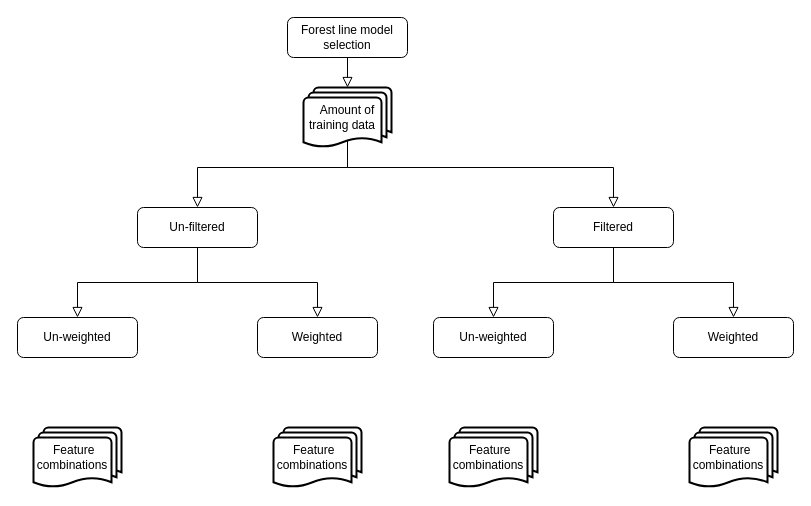
Earlier version of the draw.io diagram WP1/Untitled Diagram.drawio (ninsbl/ClimateEcotones). Source tidied: cells renumbered, new cells numbered last; positions are measured from the earlier drawing's top-left corner, leaving out a move shared by most shapes. Both pictures are drawn from the tidied source at 100%, with x=0, y=0 at pixel (17, 17).
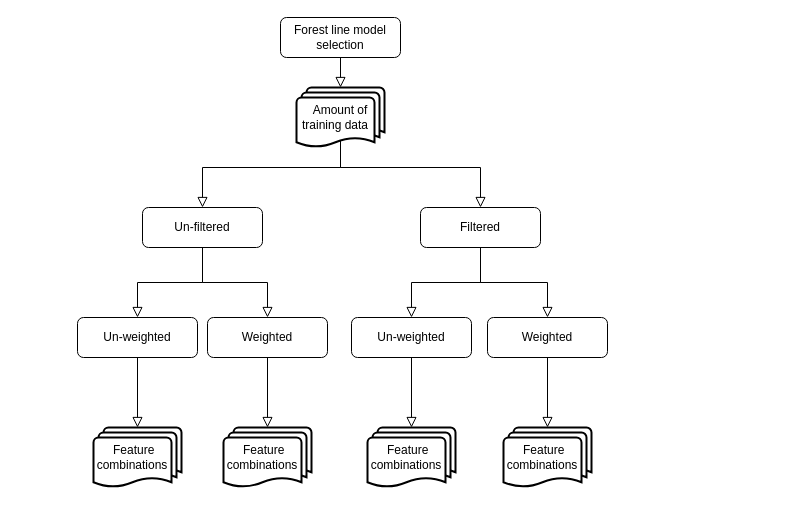
Above is the later version.

Commit message:
make more compact

Change to the diagram source:
```diff
@@
     <mxCell id="2" value="Forest line model selection" style="rounded=1;whiteSpace=wrap;html=1;fontSize=12;glass=0;strokeWidth=1;shadow=0;" parent="1" vertex="1">
-      <mxGeometry x="270" width="120" height="40" as="geometry" />
+      <mxGeometry x="263" width="120" height="40" as="geometry" />
     </mxCell>
     <mxCell id="3" value="Filtered" style="rounded=1;whiteSpace=wrap;html=1;fontSize=12;glass=0;strokeWidth=1;shadow=0;" parent="1" vertex="1">
-      <mxGeometry x="536" y="190" width="120" height="40" as="geometry" />
+      <mxGeometry x="403" y="190" width="120" height="40" as="geometry" />
     </mxCell>
     <mxCell id="4" value="Un-filtered" style="rounded=1;whiteSpace=wrap;html=1;fontSize=12;glass=0;strokeWidth=1;shadow=0;" parent="1" vertex="1">
-      <mxGeometry x="120" y="190" width="120" height="40" as="geometry" />
+      <mxGeometry x="125" y="190" width="120" height="40" as="geometry" />
     </mxCell>
     <mxCell id="5" value="Amount of training data&amp;nbsp; &amp;nbsp;" style="strokeWidth=2;html=1;shape=mxgraph.flowchart.multi-document;whiteSpace=wrap;" parent="1" vertex="1">
-      <mxGeometry x="286" y="70" width="88" height="60" as="geometry" />
+      <mxGeometry x="279" y="70" width="88" height="60" as="geometry" />
     </mxCell>
@@
     <mxCell id="7" value="Weighted" style="rounded=1;whiteSpace=wrap;html=1;fontSize=12;glass=0;strokeWidth=1;shadow=0;" parent="1" vertex="1">
-      <mxGeometry x="240" y="300" width="120" height="40" as="geometry" />
+      <mxGeometry x="190" y="300" width="120" height="40" as="geometry" />
     </mxCell>
     <mxCell id="8" value="Un-weighted" style="rounded=1;whiteSpace=wrap;html=1;fontSize=12;glass=0;strokeWidth=1;shadow=0;" parent="1" vertex="1">
-      <mxGeometry y="300" width="120" height="40" as="geometry" />
+      <mxGeometry x="60" y="300" width="120" height="40" as="geometry" />
     </mxCell>
     <mxCell id="9" value="Weighted" style="rounded=1;whiteSpace=wrap;html=1;fontSize=12;glass=0;strokeWidth=1;shadow=0;" parent="1" vertex="1">
-      <mxGeometry x="656" y="300" width="120" height="40" as="geometry" />
+      <mxGeometry x="470" y="300" width="120" height="40" as="geometry" />
     </mxCell>
     <mxCell id="10" value="Un-weighted" style="rounded=1;whiteSpace=wrap;html=1;fontSize=12;glass=0;strokeWidth=1;shadow=0;" parent="1" vertex="1">
-      <mxGeometry x="416" y="300" width="120" height="40" as="geometry" />
+      <mxGeometry x="334" y="300" width="120" height="40" as="geometry" />
     </mxCell>
     <mxCell id="11" value="Feature&amp;nbsp;&amp;nbsp;&lt;br&gt;combinations&amp;nbsp; &amp;nbsp;" style="strokeWidth=2;html=1;shape=mxgraph.flowchart.multi-document;whiteSpace=wrap;align=center;" parent="1" vertex="1">
-      <mxGeometry x="16" y="410" width="88" height="60" as="geometry" />
+      <mxGeometry x="76" y="410" width="88" height="60" as="geometry" />
     </mxCell>
     <mxCell id="12" value="Feature&amp;nbsp;&amp;nbsp;&lt;br&gt;combinations&amp;nbsp; &amp;nbsp;" style="strokeWidth=2;html=1;shape=mxgraph.flowchart.multi-document;whiteSpace=wrap;align=center;" parent="1" vertex="1">
-      <mxGeometry x="256" y="410" width="88" height="60" as="geometry" />
+      <mxGeometry x="206" y="410" width="88" height="60" as="geometry" />
     </mxCell>
     <mxCell id="13" value="Feature&amp;nbsp;&amp;nbsp;&lt;br&gt;combinations&amp;nbsp; &amp;nbsp;" style="strokeWidth=2;html=1;shape=mxgraph.flowchart.multi-document;whiteSpace=wrap;align=center;" parent="1" vertex="1">
-      <mxGeometry x="432" y="410" width="88" height="60" as="geometry" />
+      <mxGeometry x="350" y="410" width="88" height="60" as="geometry" />
     </mxCell>
     <mxCell id="14" value="Feature&amp;nbsp;&amp;nbsp;&lt;br&gt;combinations&amp;nbsp; &amp;nbsp;" style="strokeWidth=2;html=1;shape=mxgraph.flowchart.multi-document;whiteSpace=wrap;align=center;" parent="1" vertex="1">
-      <mxGeometry x="672" y="410" width="88" height="60" as="geometry" />
+      <mxGeometry x="486" y="410" width="88" height="60" as="geometry" />
     </mxCell>
     <mxCell id="15" style="rounded=0;html=1;jettySize=auto;fontSize=11;endArrow=block;endFill=0;endSize=8;strokeWidth=1;shadow=0;labelBackgroundColor=none;edgeStyle=orthogonalEdgeStyle;exitX=0.5;exitY=0.88;exitDx=0;exitDy=0;entryX=0.5;entryY=0;entryDx=0;entryDy=0;exitPerimeter=0;" parent="1" edge="1" source="5" target="4">
       <mxGeometry relative="1" as="geometry">
         <Array as="points">
-          <mxPoint x="330" y="150" />
-          <mxPoint x="180" y="150" />
+          <mxPoint x="323" y="150" />
+          <mxPoint x="185" y="150" />
         </Array>
       </mxGeometry>
     </mxCell>
-    <mxCell id="16" style="rounded=0;html=1;jettySize=auto;fontSize=11;endArrow=block;endFill=0;endSize=8;strokeWidth=1;shadow=0;labelBackgroundColor=none;edgeStyle=orthogonalEdgeStyle;exitX=0.5;exitY=0.88;exitDx=0;exitDy=0;exitPerimeter=0;" parent="1" edge="1" source="5" target="3">
+    <mxCell id="16" style="rounded=0;html=1;jettySize=auto;fontSize=11;endArrow=block;endFill=0;endSize=8;strokeWidth=1;shadow=0;labelBackgroundColor=none;edgeStyle=orthogonalEdgeStyle;exitX=0.5;exitY=0.88;exitDx=0;exitDy=0;exitPerimeter=0;entryX=0.5;entryY=0;entryDx=0;entryDy=0;" parent="1" edge="1" source="5" target="3">
       <mxGeometry relative="1" as="geometry">
         <Array as="points">
-          <mxPoint x="330" y="150" />
-          <mxPoint x="596" y="150" />
+          <mxPoint x="323" y="150" />
+          <mxPoint x="463" y="150" />
         </Array>
       </mxGeometry>
     </mxCell>
@@
-    <mxCell id="19" style="rounded=0;html=1;jettySize=auto;fontSize=11;endArrow=block;endFill=0;endSize=8;strokeWidth=1;shadow=0;labelBackgroundColor=none;edgeStyle=orthogonalEdgeStyle;exitX=0.5;exitY=1;exitDx=0;exitDy=0;entryX=0.5;entryY=0;entryDx=0;entryDy=0;" parent="1" edge="1" source="4" target="7">
+    <mxCell id="19" style="rounded=0;html=1;jettySize=auto;fontSize=11;endArrow=block;endFill=0;endSize=8;strokeWidth=1;shadow=0;labelBackgroundColor=none;edgeStyle=orthogonalEdgeStyle;exitX=0.5;exitY=1;exitDx=0;exitDy=0;" parent="1" edge="1" source="4" target="7">
       <mxGeometry relative="1" as="geometry" />
     </mxCell>
@@
+    <mxCell id="21" style="rounded=0;html=1;jettySize=auto;fontSize=11;endArrow=block;endFill=0;endSize=8;strokeWidth=1;shadow=0;labelBackgroundColor=none;edgeStyle=orthogonalEdgeStyle;exitX=0.5;exitY=1;exitDx=0;exitDy=0;entryX=0.5;entryY=0;entryDx=0;entryDy=0;entryPerimeter=0;" parent="1" edge="1" source="8" target="11">
+      <mxGeometry relative="1" as="geometry" />
+    </mxCell>
+    <mxCell id="22" style="rounded=0;html=1;jettySize=auto;fontSize=11;endArrow=block;endFill=0;endSize=8;strokeWidth=1;shadow=0;labelBackgroundColor=none;edgeStyle=orthogonalEdgeStyle;exitX=0.5;exitY=1;exitDx=0;exitDy=0;entryX=0.5;entryY=0;entryDx=0;entryDy=0;entryPerimeter=0;" parent="1" edge="1" source="7" target="12">
+      <mxGeometry relative="1" as="geometry" />
+    </mxCell>
+    <mxCell id="23" style="rounded=0;html=1;jettySize=auto;fontSize=11;endArrow=block;endFill=0;endSize=8;strokeWidth=1;shadow=0;labelBackgroundColor=none;edgeStyle=orthogonalEdgeStyle;exitX=0.5;exitY=1;exitDx=0;exitDy=0;entryX=0.5;entryY=0;entryDx=0;entryDy=0;entryPerimeter=0;" parent="1" edge="1" source="10" target="13">
+      <mxGeometry relative="1" as="geometry" />
+    </mxCell>
+    <mxCell id="24" style="rounded=0;html=1;jettySize=auto;fontSize=11;endArrow=block;endFill=0;endSize=8;strokeWidth=1;shadow=0;labelBackgroundColor=none;edgeStyle=orthogonalEdgeStyle;exitX=0.5;exitY=1;exitDx=0;exitDy=0;entryX=0.5;entryY=0;entryDx=0;entryDy=0;entryPerimeter=0;" parent="1" edge="1" source="9" target="14">
+      <mxGeometry relative="1" as="geometry" />
+    </mxCell>
```
